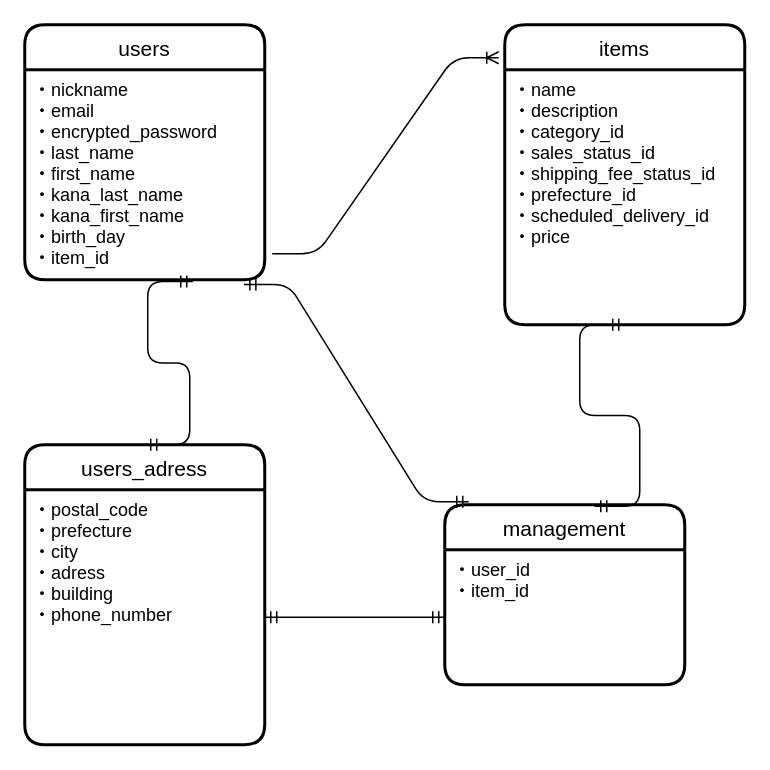
This is er.dio from takao888/furima-33021, a draw.io file, before an edit. Source tidied: cells renumbered, new cells numbered last; positions are measured from the earlier drawing's top-left corner, leaving out a move shared by most shapes. Both pictures are drawn from the tidied source at 150%, with x=0, y=0 at pixel (24, 24).
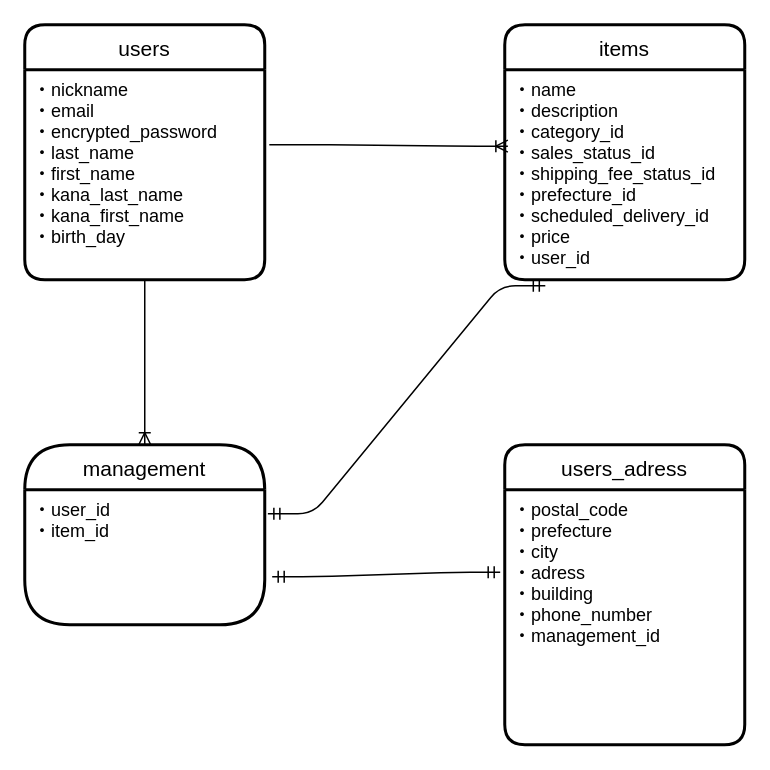
The same diagram, later.

Commit message (it also covers changes not shown here):
修正コミット

What changed in the source:
```diff
@@
 <mxGraphModel>
   <root>
     <mxCell id="0" />
     <mxCell id="1" parent="0" />
     <mxCell id="2" value="users" style="swimlane;horizontal=1;startSize=30;rounded=1;fontSize=14;fontStyle=0;strokeWidth=2;shadow=0;dashed=0;align=center;" parent="1" vertex="1">
       <mxGeometry width="160" height="170" as="geometry" />
     </mxCell>
-    <mxCell id="3" value="・nickname&#10;・email&#10;・encrypted_password&#10;・last_name&#10;・first_name&#10;・kana_last_name&#10;・kana_first_name&#10;・birth_day&#10;・item_id" style="align=left;strokeColor=none;fillColor=none;spacingLeft=4;fontSize=12;verticalAlign=top;" parent="2" vertex="1">
+    <mxCell id="3" value="・nickname&#10;・email&#10;・encrypted_password&#10;・last_name&#10;・first_name&#10;・kana_last_name&#10;・kana_first_name&#10;・birth_day&#10;" style="align=left;strokeColor=none;fillColor=none;spacingLeft=4;fontSize=12;verticalAlign=top;" parent="2" vertex="1">
       <mxGeometry y="30" width="160" height="140" as="geometry" />
     </mxCell>
     <mxCell id="4" value="items" style="swimlane;horizontal=1;startSize=30;rounded=1;fontSize=14;fontStyle=0;strokeWidth=2;shadow=0;dashed=0;align=center;" parent="1" vertex="1">
-      <mxGeometry x="320" width="160" height="200" as="geometry" />
+      <mxGeometry x="320" width="160" height="170" as="geometry" />
     </mxCell>
-    <mxCell id="5" value="・name&#10;・description&#10;・category_id&#10;・sales_status_id&#10;・shipping_fee_status_id&#10;・prefecture_id&#10;・scheduled_delivery_id&#10;・price&#10;" style="align=left;strokeColor=none;fillColor=none;spacingLeft=4;fontSize=12;verticalAlign=top;" parent="4" vertex="1">
-      <mxGeometry y="30" width="160" height="170" as="geometry" />
+    <mxCell id="5" value="・name&#10;・description&#10;・category_id&#10;・sales_status_id&#10;・shipping_fee_status_id&#10;・prefecture_id&#10;・scheduled_delivery_id&#10;・price&#10;・user_id" style="align=left;strokeColor=none;fillColor=none;spacingLeft=4;fontSize=12;verticalAlign=top;" parent="4" vertex="1">
+      <mxGeometry y="30" width="160" height="140" as="geometry" />
     </mxCell>
-    <mxCell id="6" style="edgeStyle=entityRelationEdgeStyle;fontSize=12;html=1;endArrow=ERoneToMany;exitX=1.031;exitY=0.876;exitDx=0;exitDy=0;exitPerimeter=0;entryX=-0.025;entryY=0.11;entryDx=0;entryDy=0;entryPerimeter=0;" parent="1" edge="1" source="3" target="4">
-      <mxGeometry relative="1" as="geometry" />
-    </mxCell>
     <mxCell id="7" value="users_adress" style="swimlane;horizontal=1;startSize=30;rounded=1;fontSize=14;fontStyle=0;strokeWidth=2;shadow=0;dashed=0;align=center;" parent="1" vertex="1">
-      <mxGeometry y="280" width="160" height="200" as="geometry" />
+      <mxGeometry x="320" y="280" width="160" height="200" as="geometry" />
     </mxCell>
-    <mxCell id="8" value="・postal_code&#10;・prefecture&#10;・city&#10;・adress&#10;・building&#10;・phone_number&#10;" style="align=left;strokeColor=none;fillColor=none;spacingLeft=4;fontSize=12;verticalAlign=top;" parent="7" vertex="1">
+    <mxCell id="8" value="・postal_code&#10;・prefecture&#10;・city&#10;・adress&#10;・building&#10;・phone_number&#10;・management_id&#10;" style="align=left;strokeColor=none;fillColor=none;spacingLeft=4;fontSize=12;verticalAlign=top;" parent="7" vertex="1">
       <mxGeometry y="30" width="160" height="170" as="geometry" />
     </mxCell>
-    <mxCell id="9" value="management" style="swimlane;horizontal=1;startSize=30;rounded=1;fontSize=14;fontStyle=0;strokeWidth=2;shadow=0;dashed=0;align=center;" parent="1" vertex="1">
-      <mxGeometry x="280" y="320" width="160" height="120" as="geometry" />
+    <mxCell id="9" value="management" style="swimlane;horizontal=1;startSize=30;rounded=1;fontSize=14;fontStyle=0;strokeWidth=2;shadow=0;dashed=0;align=center;arcSize=34;" parent="1" vertex="1">
+      <mxGeometry y="280" width="160" height="120" as="geometry" />
     </mxCell>
     <mxCell id="10" value="・user_id&#10;・item_id" style="align=left;strokeColor=none;fillColor=none;spacingLeft=4;fontSize=12;verticalAlign=top;" parent="9" vertex="1">
       <mxGeometry y="30" width="160" height="90" as="geometry" />
     </mxCell>
-    <mxCell id="11" style="edgeStyle=entityRelationEdgeStyle;fontSize=12;html=1;endArrow=ERmandOne;startArrow=ERmandOne;exitX=0.7;exitY=1.008;exitDx=0;exitDy=0;exitPerimeter=0;entryX=0.5;entryY=0;entryDx=0;entryDy=0;" parent="1" edge="1" source="3" target="7">
-      <mxGeometry relative="1" as="geometry" />
-    </mxCell>
-    <mxCell id="12" style="edgeStyle=entityRelationEdgeStyle;fontSize=12;html=1;endArrow=ERmandOne;startArrow=ERmandOne;exitX=0.913;exitY=1.023;exitDx=0;exitDy=0;exitPerimeter=0;entryX=0.1;entryY=-0.017;entryDx=0;entryDy=0;entryPerimeter=0;" parent="1" edge="1" source="3" target="9">
-      <mxGeometry relative="1" as="geometry" />
-    </mxCell>
-    <mxCell id="13" style="edgeStyle=entityRelationEdgeStyle;fontSize=12;html=1;endArrow=ERmandOne;startArrow=ERmandOne;entryX=0.5;entryY=1;entryDx=0;entryDy=0;exitX=0.625;exitY=0.008;exitDx=0;exitDy=0;exitPerimeter=0;" parent="1" edge="1" source="9" target="5">
-      <mxGeometry relative="1" as="geometry" />
-    </mxCell>
-    <mxCell id="14" style="edgeStyle=entityRelationEdgeStyle;fontSize=12;html=1;endArrow=ERmandOne;startArrow=ERmandOne;exitX=1;exitY=0.5;exitDx=0;exitDy=0;entryX=0;entryY=0.5;entryDx=0;entryDy=0;" parent="1" edge="1" source="8" target="10">
-      <mxGeometry relative="1" as="geometry" />
-    </mxCell>
+    <mxCell id="15" style="edgeStyle=entityRelationEdgeStyle;fontSize=12;html=1;endArrow=ERoneToMany;entryX=0.013;entryY=0.364;entryDx=0;entryDy=0;entryPerimeter=0;exitX=1.019;exitY=0.357;exitDx=0;exitDy=0;exitPerimeter=0;" parent="1" edge="1" source="3" target="5">
+      <mxGeometry relative="1" as="geometry" />
+    </mxCell>
+    <mxCell id="16" style="fontSize=12;html=1;endArrow=ERoneToMany;entryX=0.5;entryY=0;entryDx=0;entryDy=0;" parent="1" edge="1" target="9">
+      <mxGeometry relative="1" as="geometry">
+        <mxPoint x="80" y="170" as="sourcePoint" />
+      </mxGeometry>
+    </mxCell>
+    <mxCell id="17" style="edgeStyle=entityRelationEdgeStyle;fontSize=12;html=1;endArrow=ERmandOne;startArrow=ERmandOne;exitX=0.169;exitY=1.029;exitDx=0;exitDy=0;exitPerimeter=0;entryX=1.013;entryY=0.178;entryDx=0;entryDy=0;entryPerimeter=0;" parent="1" edge="1" source="5" target="10">
+      <mxGeometry relative="1" as="geometry" />
+    </mxCell>
+    <mxCell id="18" style="edgeStyle=entityRelationEdgeStyle;fontSize=12;html=1;endArrow=ERmandOne;startArrow=ERmandOne;exitX=1.031;exitY=0.644;exitDx=0;exitDy=0;exitPerimeter=0;entryX=-0.019;entryY=0.324;entryDx=0;entryDy=0;entryPerimeter=0;" parent="1" edge="1" source="10" target="8">
+      <mxGeometry relative="1" as="geometry" />
+    </mxCell>
   </root>
 </mxGraphModel>
```
